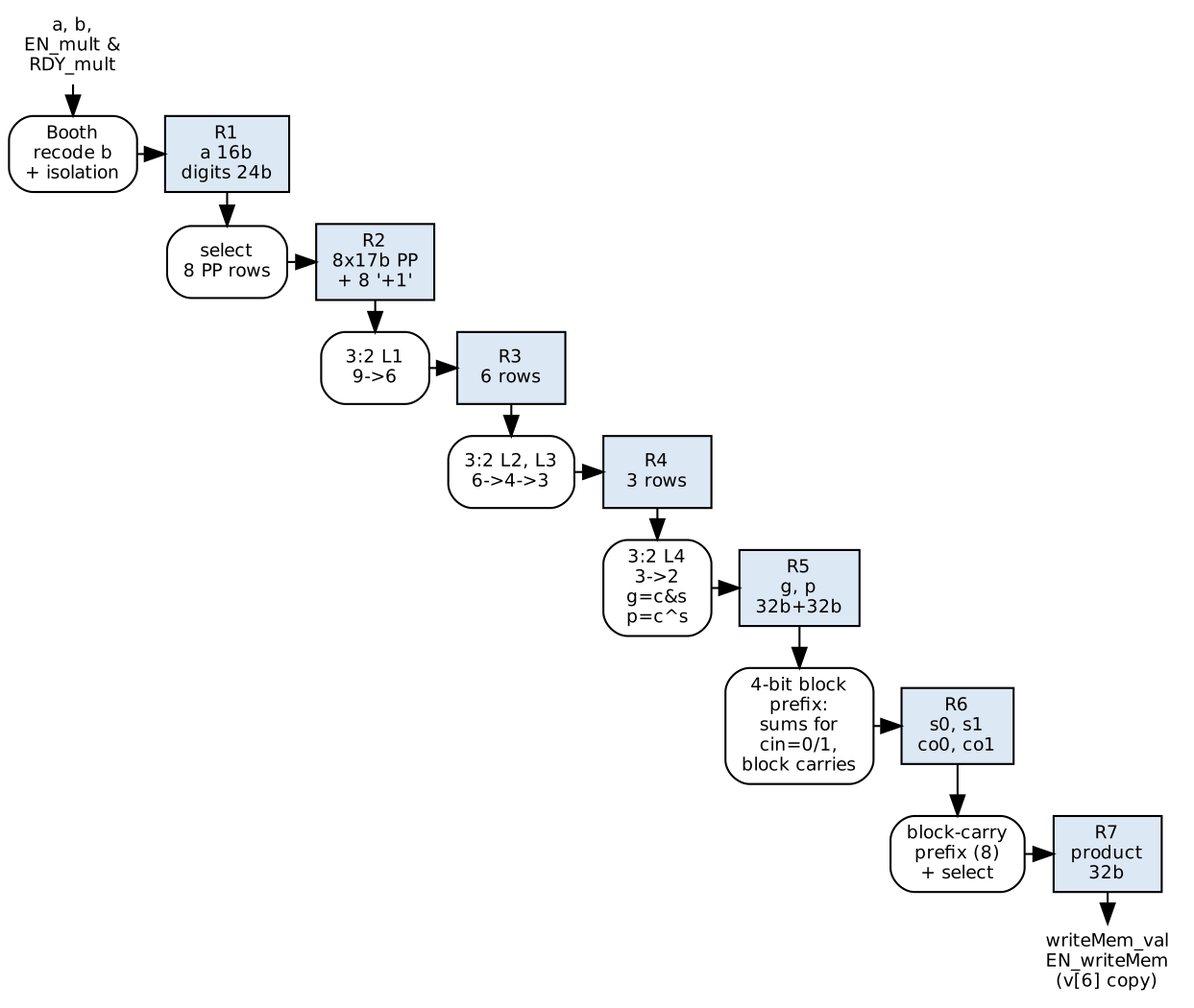
Earlier version of the Graphviz export submission/pdf_report/fig/dp800.png (amrsherif21/elec402-p2-open). Its source is kept beside it as submission/pdf_report/src/dp800.dot.
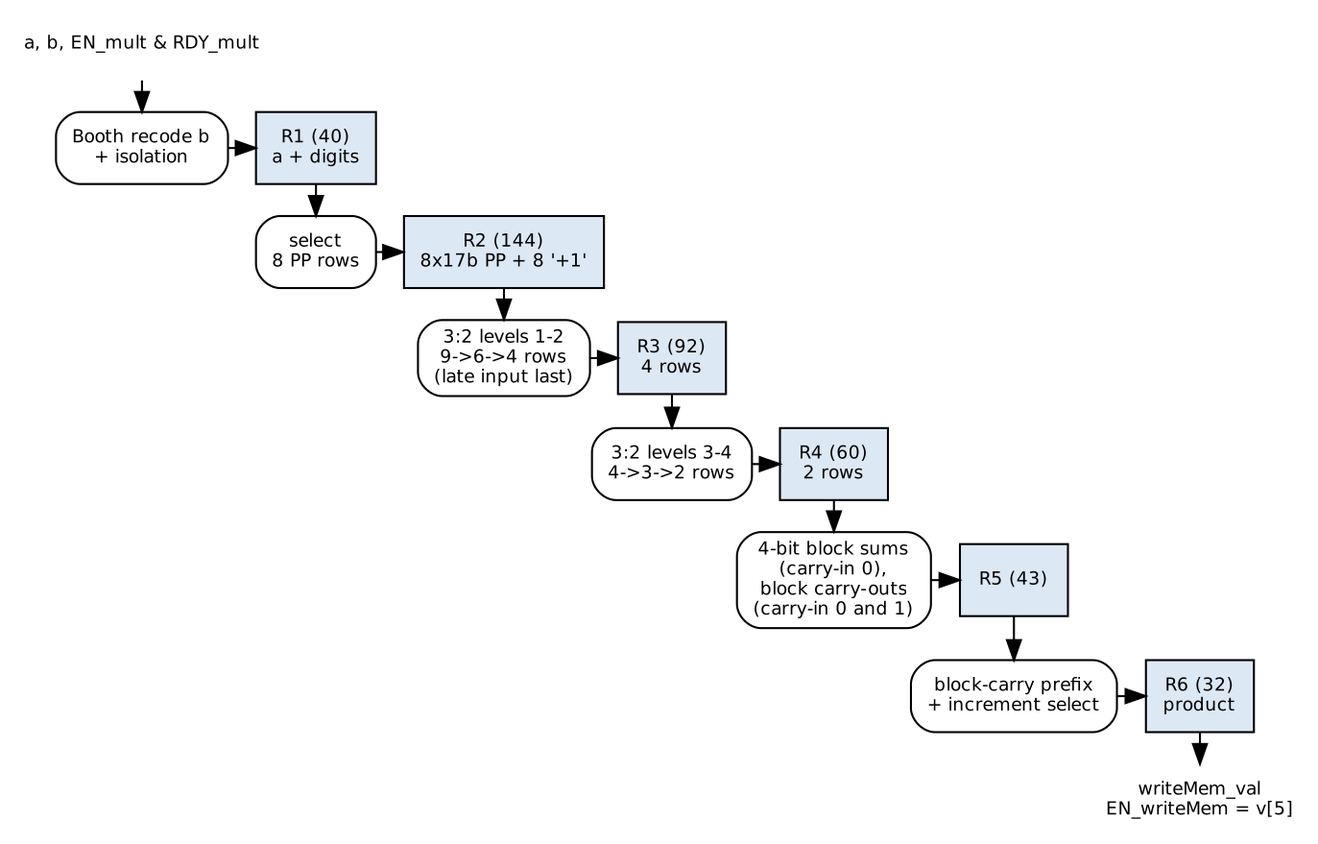
After the commit.

Change to the diagram source:
```diff
@@ -1,28 +1,20 @@
 digraph dp800 {
   rankdir=TB; newrank=true; bgcolor=white; nodesep=0.2; ranksep=0.22;
   node [fontname="Helvetica", fontsize=9];
-  in [shape=plaintext, label="a, b,\nEN_mult &\nRDY_mult"];
-  enc [shape=box, style=rounded, label="Booth\nrecode b\n+ isolation"];
-  r1 [shape=box, style=filled, fillcolor="#dde8f5", label="R1\na 16b\ndigits 24b"];
+  in [shape=plaintext, label="a, b, EN_mult & RDY_mult"];
+  enc [shape=box, style=rounded, label="Booth recode b\n+ isolation"];
+  r1 [shape=box, style=filled, fillcolor="#dde8f5", label="R1 (40)\na + digits"];
   pp [shape=box, style=rounded, label="select\n8 PP rows"];
-  r2 [shape=box, style=filled, fillcolor="#dde8f5", label="R2\n8x17b PP\n+ 8 '+1'"];
-  c1 [shape=box, style=rounded, label="3:2 L1\n9->6"];
-  r3 [shape=box, style=filled, fillcolor="#dde8f5", label="R3\n6 rows"];
-  c23 [shape=box, style=rounded, label="3:2 L2, L3\n6->4->3"];
-  r4 [shape=box, style=filled, fillcolor="#dde8f5", label="R4\n3 rows"];
-  c4 [shape=box, style=rounded, label="3:2 L4\n3->2\ng=c&s\np=c^s"];
-  r5 [shape=box, style=filled, fillcolor="#dde8f5", label="R5\ng, p\n32b+32b"];
-  ca [shape=box, style=rounded, label="4-bit block\nprefix:\nsums for\ncin=0/1,\nblock carries"];
-  r6 [shape=box, style=filled, fillcolor="#dde8f5", label="R6\ns0, s1\nco0, co1"];
-  cb [shape=box, style=rounded, label="block-carry\nprefix (8)\n+ select"];
-  r7 [shape=box, style=filled, fillcolor="#dde8f5", label="R7\nproduct\n32b"];
-  out [shape=plaintext, label="writeMem_val\nEN_writeMem\n(v[6] copy)"];
-  in -> enc -> r1 -> pp -> r2 -> c1 -> r3 -> c23 -> r4 -> c4 -> r5 -> ca -> r6 -> cb -> r7 -> out;
-  {rank=same; enc; r1;}
-  {rank=same; pp; r2;}
-  {rank=same; c1; r3;}
-  {rank=same; c23; r4;}
-  {rank=same; c4; r5;}
-  {rank=same; ca; r6;}
-  {rank=same; cb; r7;}
+  r2 [shape=box, style=filled, fillcolor="#dde8f5", label="R2 (144)\n8x17b PP + 8 '+1'"];
+  c12 [shape=box, style=rounded, label="3:2 levels 1-2\n9->6->4 rows\n(late input last)"];
+  r3 [shape=box, style=filled, fillcolor="#dde8f5", label="R3 (92)\n4 rows"];
+  c34 [shape=box, style=rounded, label="3:2 levels 3-4\n4->3->2 rows"];
+  r4 [shape=box, style=filled, fillcolor="#dde8f5", label="R4 (60)\n2 rows"];
+  ca [shape=box, style=rounded, label="4-bit block sums\n(carry-in 0),\nblock carry-outs\n(carry-in 0 and 1)"];
+  r5 [shape=box, style=filled, fillcolor="#dde8f5", label="R5 (43)"];
+  cb [shape=box, style=rounded, label="block-carry prefix\n+ increment select"];
+  r6 [shape=box, style=filled, fillcolor="#dde8f5", label="R6 (32)\nproduct"];
+  out [shape=plaintext, label="writeMem_val\nEN_writeMem = v[5]"];
+  in -> enc -> r1 -> pp -> r2 -> c12 -> r3 -> c34 -> r4 -> ca -> r5 -> cb -> r6 -> out;
+  {rank=same; enc; r1;} {rank=same; pp; r2;} {rank=same; c12; r3;} {rank=same; c34; r4;} {rank=same; ca; r5;} {rank=same; cb; r6;}
 }
```
